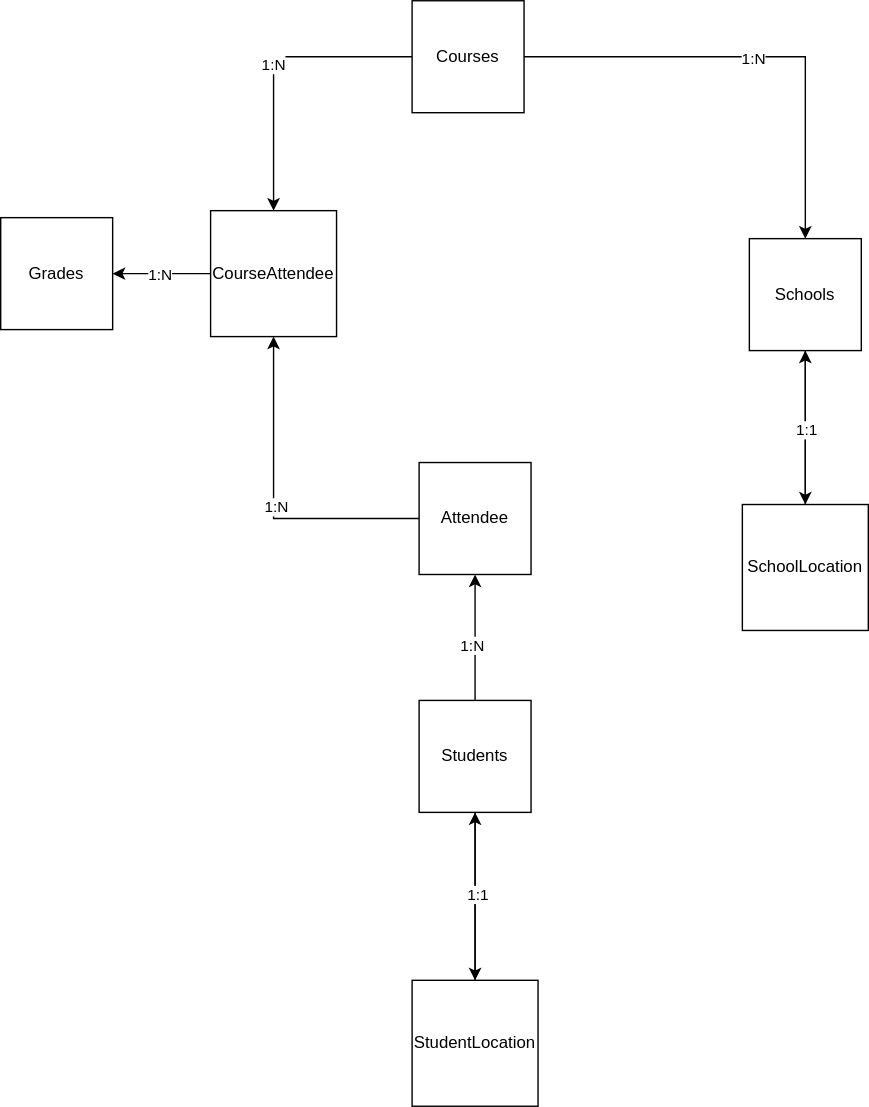
Earlier version of the draw.io export dotnet-school-register/Models/school-register-model.svg (Travad/dotnet-school-register). Source tidied: cells renumbered, new cells last; positions are measured from the earlier drawing's top-left corner, leaving out a move shared by most shapes.
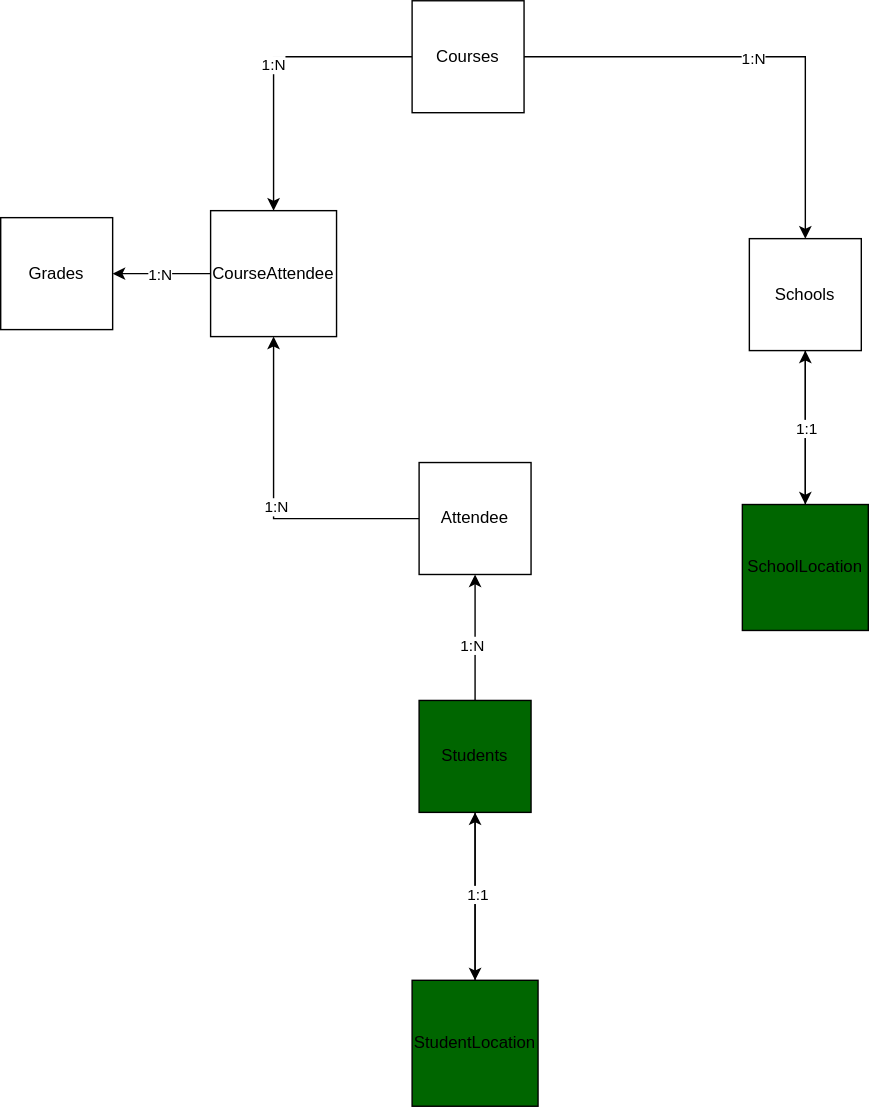
After the change.

The edit, as a diff of the source:
```diff
@@ -11,7 +11,7 @@
     <mxCell id="4" style="edgeStyle=orthogonalEdgeStyle;rounded=0;jettySize=auto;html=1;exitX=0.5;exitY=1;exitDx=0;exitDy=0;entryX=0.5;entryY=0;entryDx=0;entryDy=0;" parent="1" edge="1" source="5" target="24">
       <mxGeometry relative="1" as="geometry" />
     </mxCell>
-    <mxCell id="5" value="Students" style="whiteSpace=wrap;html=1;" parent="1" vertex="1">
+    <mxCell id="5" value="Students" style="whiteSpace=wrap;html=1;fillColor=#006600;" parent="1" vertex="1">
       <mxGeometry x="299" y="500" width="80" height="80" as="geometry" />
     </mxCell>
     <mxCell id="6" style="edgeStyle=orthogonalEdgeStyle;rounded=0;jettySize=auto;html=1;entryX=0.5;entryY=0;entryDx=0;entryDy=0;" parent="1" edge="1" source="9" target="11">
@@ -40,7 +40,7 @@
     <mxCell id="13" value="1:1" style="edgeLabel;html=1;align=center;verticalAlign=middle;" parent="12" vertex="1">
       <mxGeometry x="-0.03" relative="1" as="geometry" />
     </mxCell>
-    <mxCell id="14" value="SchoolLocation" style="whiteSpace=wrap;html=1;" parent="1" vertex="1">
+    <mxCell id="14" value="SchoolLocation" style="whiteSpace=wrap;html=1;fillColor=#006600;" parent="1" vertex="1">
       <mxGeometry x="530" y="360" width="90" height="90" as="geometry" />
     </mxCell>
     <mxCell id="15" value="Grades" style="whiteSpace=wrap;html=1;" parent="1" vertex="1">
@@ -70,7 +70,7 @@
     <mxCell id="23" value="1:1" style="edgeLabel;html=1;align=center;verticalAlign=middle;" parent="22" vertex="1">
       <mxGeometry x="0.03" y="-1" relative="1" as="geometry" />
     </mxCell>
-    <mxCell id="24" value="StudentLocation" style="whiteSpace=wrap;html=1;" parent="1" vertex="1">
+    <mxCell id="24" value="StudentLocation" style="whiteSpace=wrap;html=1;fillColor=#006600;" parent="1" vertex="1">
       <mxGeometry x="294" y="700" width="90" height="90" as="geometry" />
     </mxCell>
   </root>
```
